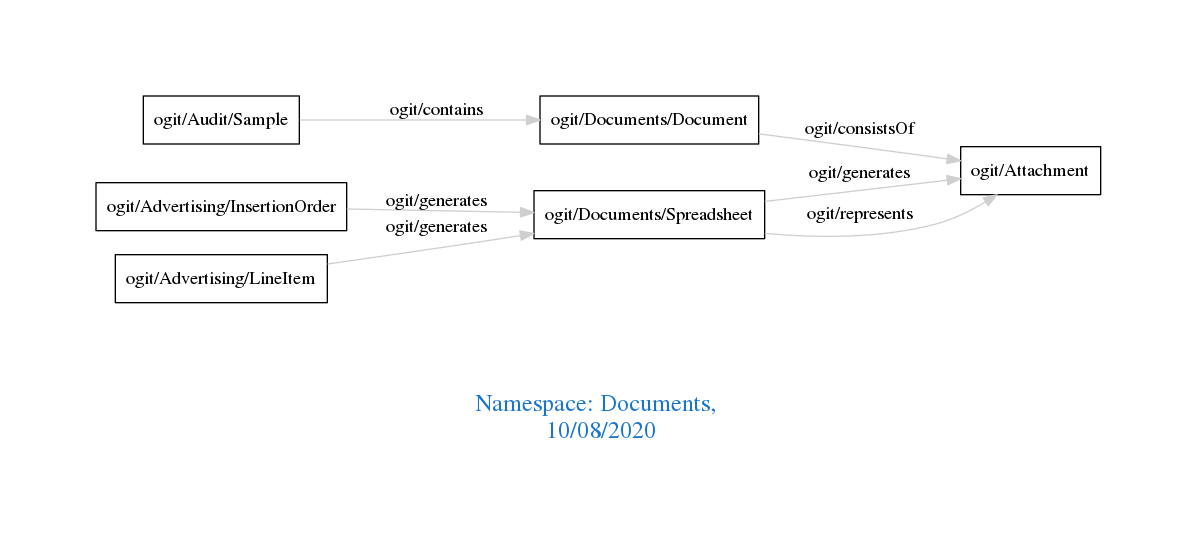
This is downloads/Documents.png from arago/OGIT, a Graphviz export, as it was before one commit. Its source is kept beside it as downloads/Documents.dot.
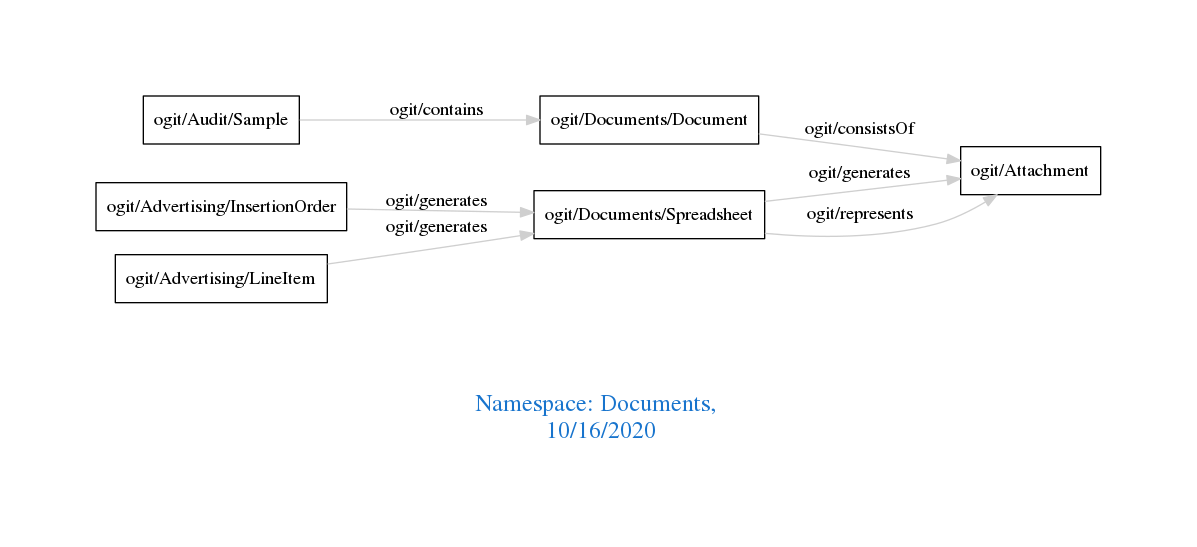
The same file after the commit.

Diff of the diagram source:
```diff
@@ -1,7 +1,7 @@
 digraph OGIT_ontology {
  graph [ rankdir= LR,pad=1
 fontsize = 18,
-fontcolor= dodgerblue3,label = "\n\n\nNamespace: Documents, \n 10/08/2020"];
+fontcolor= dodgerblue3,label = "\n\n\nNamespace: Documents, \n 10/16/2020"];
 node[shape=polygon];
 edge [  color="gray81"];
 
```
